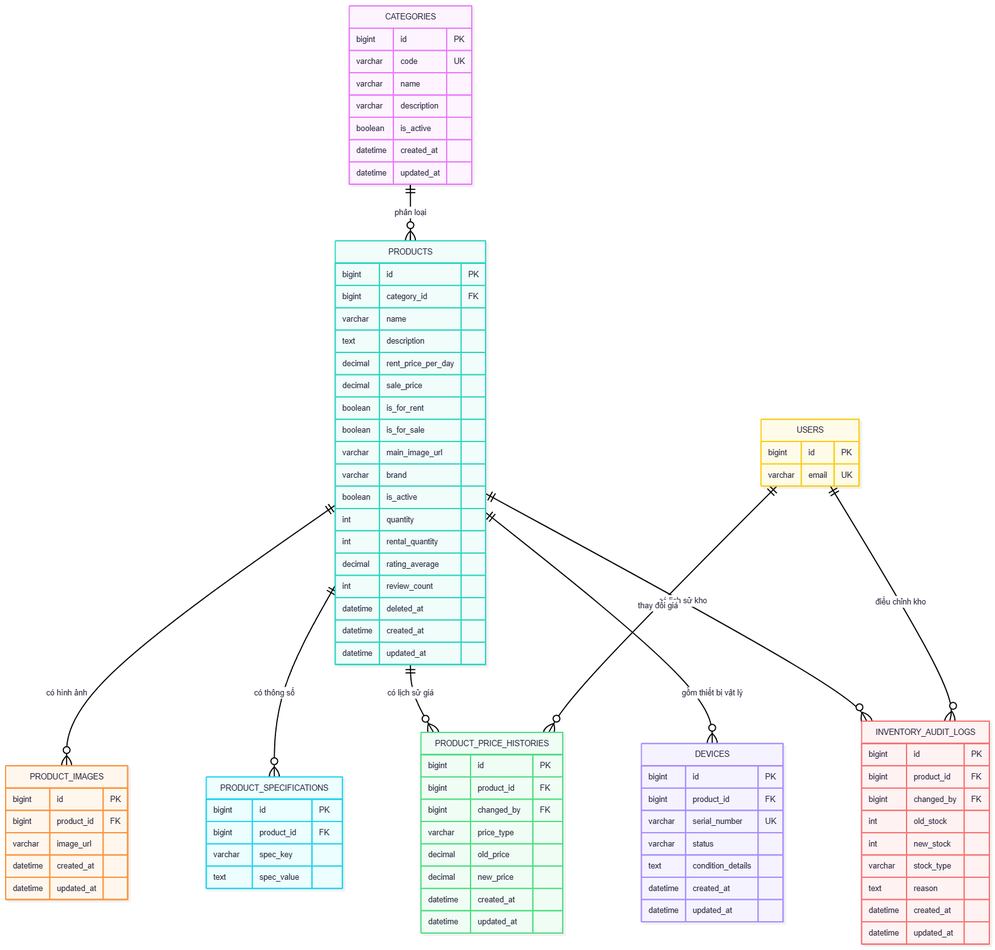
Above: docs/diagrams/image/products.png in ZzZueszZ/digital-rental (Mermaid), before the change. Its source is kept beside it as docs/diagrams/mermaid/products.mmd. The source it was exported from:
```mermaid
---
id: 34731621-03fc-4e34-bc93-68685323fd21
---
erDiagram
    CATEGORIES {
        bigint id PK
        varchar code UK
        varchar name
        varchar description
        boolean is_active
        datetime created_at
        datetime updated_at
    }

    PRODUCTS {
        bigint id PK
        bigint category_id FK
        varchar name
        text description
        decimal rent_price_per_day
        decimal sale_price
        boolean is_for_rent
        boolean is_for_sale
        varchar main_image_url
        varchar brand
        boolean is_active
        int quantity
        int rental_quantity
        decimal rating_average
        int review_count
        datetime deleted_at
        datetime created_at
        datetime updated_at
    }

    PRODUCT_IMAGES {
        bigint id PK
        bigint product_id FK
        varchar image_url
        datetime created_at
        datetime updated_at
    }

    PRODUCT_SPECIFICATIONS {
        bigint id PK
        bigint product_id FK
        varchar spec_key
        text spec_value
    }

    PRODUCT_PRICE_HISTORIES {
        bigint id PK
        bigint product_id FK
        bigint changed_by FK
        varchar price_type
        decimal old_price
        decimal new_price
        datetime created_at
        datetime updated_at
    }

    DEVICES {
        bigint id PK
        bigint product_id FK
        varchar serial_number UK
        varchar status
        text condition_details
        datetime created_at
        datetime updated_at
    }

    INVENTORY_AUDIT_LOGS {
        bigint id PK
        bigint product_id FK
        bigint changed_by FK
        int old_stock
        int new_stock
        varchar stock_type
        text reason
        datetime created_at
        datetime updated_at
    }

    USERS {
        bigint id PK
        varchar email UK
    }

    CATEGORIES ||--o{ PRODUCTS : "phân loại"
    PRODUCTS ||--o{ PRODUCT_IMAGES : "có hình ảnh"
    PRODUCTS ||--o{ PRODUCT_SPECIFICATIONS : "có thông số"
    PRODUCTS ||--o{ PRODUCT_PRICE_HISTORIES : "có lịch sử giá"
    PRODUCTS ||--o{ DEVICES : "gồm thiết bị vật lý"
    PRODUCTS ||--o{ INVENTORY_AUDIT_LOGS : "có lịch sử kho"

    USERS ||--o{ PRODUCT_PRICE_HISTORIES : "thay đổi giá"
    USERS ||--o{ INVENTORY_AUDIT_LOGS : "điều chỉnh kho"
```
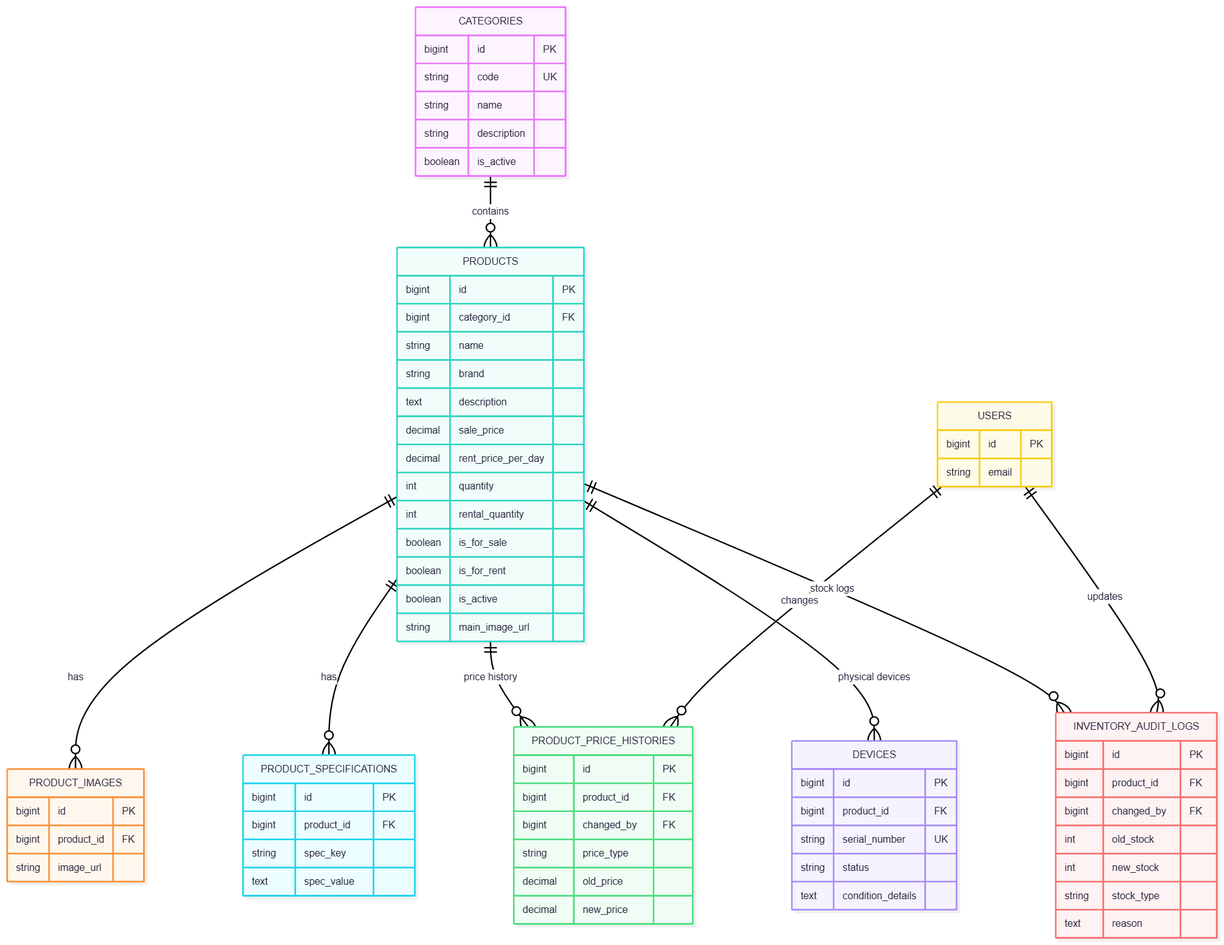
The same diagram one commit later.

What changed in the source:
```diff
@@ -1,50 +1,38 @@
----
-id: 34731621-03fc-4e34-bc93-68685323fd21
----
 erDiagram
     CATEGORIES {
         bigint id PK
-        varchar code UK
-        varchar name
-        varchar description
+        string code UK
+        string name
+        string description
         boolean is_active
-        datetime created_at
-        datetime updated_at
     }
 
     PRODUCTS {
         bigint id PK
         bigint category_id FK
-        varchar name
+        string name
+        string brand
         text description
+        decimal sale_price
         decimal rent_price_per_day
-        decimal sale_price
-        boolean is_for_rent
-        boolean is_for_sale
-        varchar main_image_url
-        varchar brand
-        boolean is_active
         int quantity
         int rental_quantity
-        decimal rating_average
-        int review_count
-        datetime deleted_at
-        datetime created_at
-        datetime updated_at
+        boolean is_for_sale
+        boolean is_for_rent
+        boolean is_active
+        string main_image_url
     }
 
     PRODUCT_IMAGES {
         bigint id PK
         bigint product_id FK
-        varchar image_url
-        datetime created_at
-        datetime updated_at
+        string image_url
     }
 
     PRODUCT_SPECIFICATIONS {
         bigint id PK
         bigint product_id FK
-        varchar spec_key
+        string spec_key
         text spec_value
     }
 
@@ -52,21 +40,17 @@
         bigint id PK
         bigint product_id FK
         bigint changed_by FK
-        varchar price_type
+        string price_type
         decimal old_price
         decimal new_price
-        datetime created_at
-        datetime updated_at
     }
 
     DEVICES {
         bigint id PK
         bigint product_id FK
-        varchar serial_number UK
-        varchar status
+        string serial_number UK
+        string status
         text condition_details
-        datetime created_at
-        datetime updated_at
     }
 
     INVENTORY_AUDIT_LOGS {
@@ -75,23 +59,21 @@
         bigint changed_by FK
         int old_stock
         int new_stock
-        varchar stock_type
+        string stock_type
         text reason
-        datetime created_at
-        datetime updated_at
     }
 
     USERS {
         bigint id PK
-        varchar email UK
+        string email
     }
 
-    CATEGORIES ||--o{ PRODUCTS : "phân loại"
-    PRODUCTS ||--o{ PRODUCT_IMAGES : "có hình ảnh"
-    PRODUCTS ||--o{ PRODUCT_SPECIFICATIONS : "có thông số"
-    PRODUCTS ||--o{ PRODUCT_PRICE_HISTORIES : "có lịch sử giá"
-    PRODUCTS ||--o{ DEVICES : "gồm thiết bị vật lý"
-    PRODUCTS ||--o{ INVENTORY_AUDIT_LOGS : "có lịch sử kho"
+    CATEGORIES ||--o{ PRODUCTS : "contains"
+    PRODUCTS ||--o{ PRODUCT_IMAGES : "has"
+    PRODUCTS ||--o{ PRODUCT_SPECIFICATIONS : "has"
+    PRODUCTS ||--o{ PRODUCT_PRICE_HISTORIES : "price history"
+    PRODUCTS ||--o{ DEVICES : "physical devices"
+    PRODUCTS ||--o{ INVENTORY_AUDIT_LOGS : "stock logs"
 
-    USERS ||--o{ PRODUCT_PRICE_HISTORIES : "thay đổi giá"
-    USERS ||--o{ INVENTORY_AUDIT_LOGS : "điều chỉnh kho"
+    USERS ||--o{ PRODUCT_PRICE_HISTORIES : "changes"
+    USERS ||--o{ INVENTORY_AUDIT_LOGS : "updates"
```
